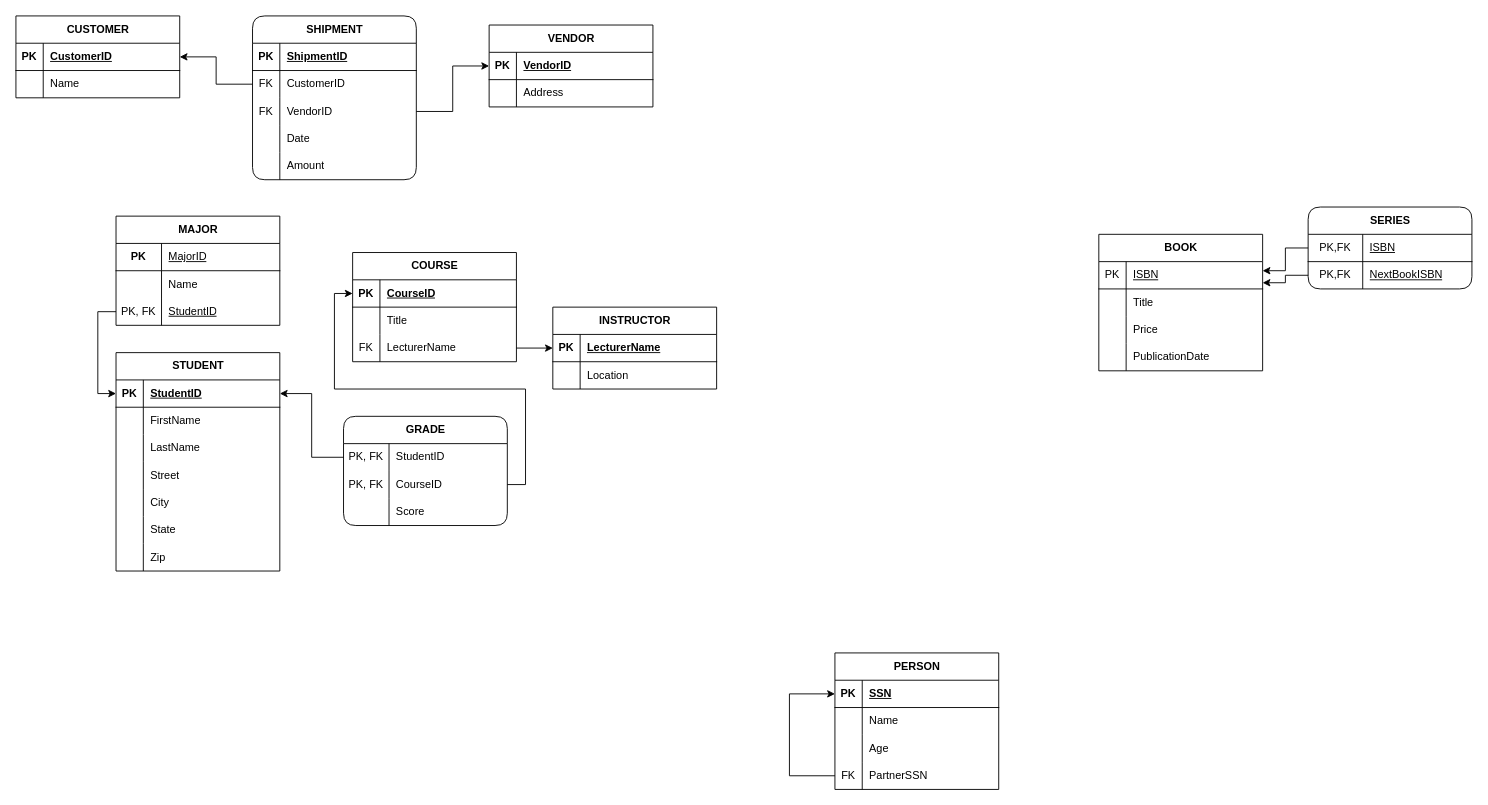
The draw.io diagram page "Page-1" (1 of 2) of C4 ERD.drawio in SamanZargarzadeh/ERD, before the edit. Source tidied: cells renumbered, new cells numbered last; positions are measured from the earlier drawing's top-left corner, leaving out a move shared by most shapes. Both pictures are drawn from the tidied source at 91%, with x=0, y=0 at pixel (15, 15).
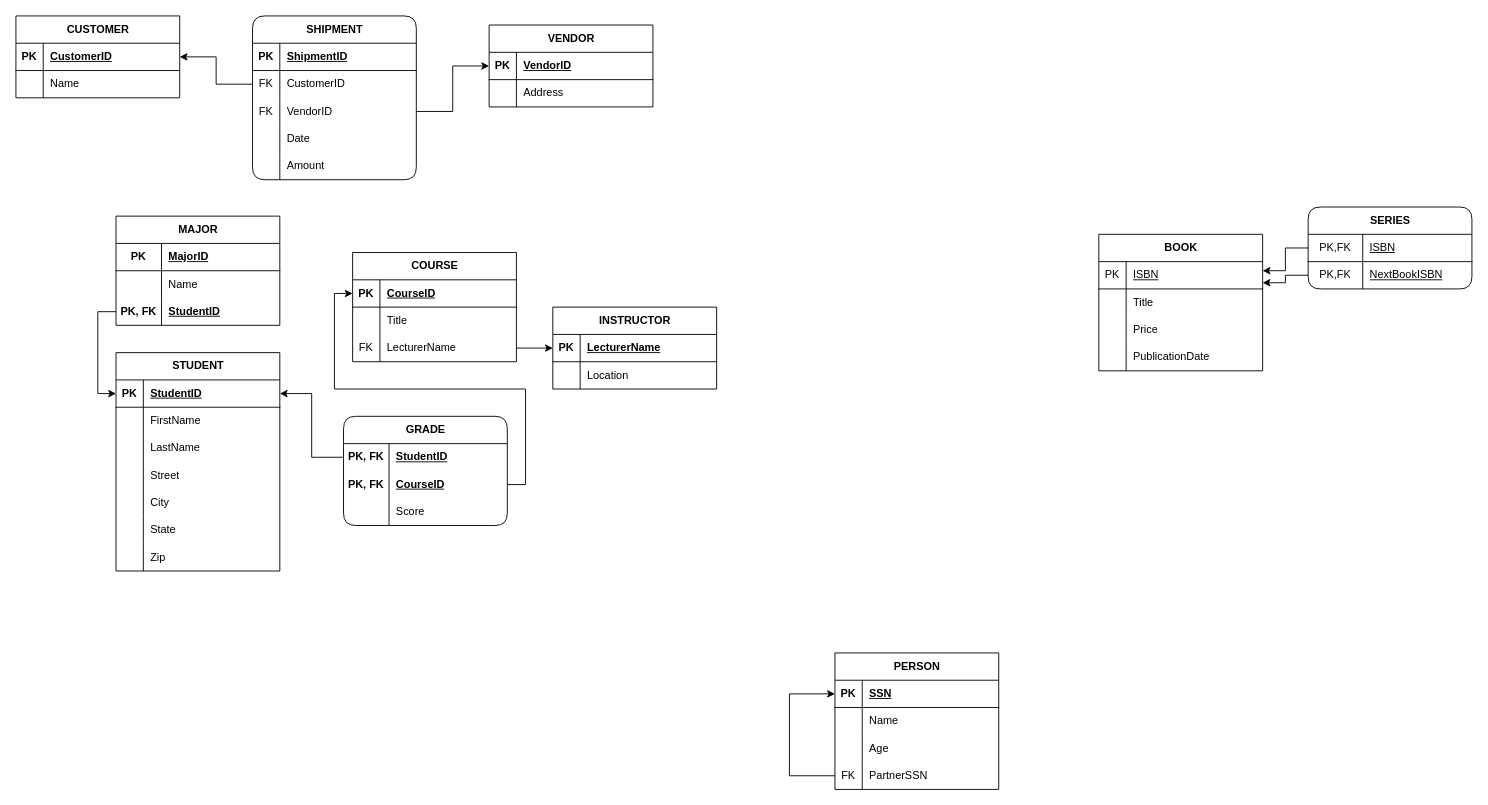
The same page after the edit.

Unchanged cells that the change refers to:
```xml
<mxCell id="77" style="shape=tableRow;horizontal=0;startSize=0;swimlaneHead=0;swimlaneBody=0;fillColor=none;top=0;left=0;right=0;bottom=1;" parent="76" vertex="1">
  <mxGeometry y="30" width="180" height="30" as="geometry" />
</mxCell>
<mxCell id="83" style="shape=tableRow;horizontal=0;startSize=0;swimlaneHead=0;swimlaneBody=0;fillColor=none;points=[[0,0.5],[1,0.5]];portConstraint=eastwest;top=0;left=0;right=0;bottom=0;" parent="76" vertex="1">
  <mxGeometry y="90" width="180" height="30" as="geometry" />
</mxCell>
<mxCell id="87" style="shape=tableRow;horizontal=0;startSize=0;swimlaneHead=0;swimlaneBody=0;fillColor=none;points=[[0,0.5],[1,0.5]];portConstraint=eastwest;top=0;left=0;right=0;bottom=0;" parent="86" vertex="1">
  <mxGeometry y="30" width="180" height="30" as="geometry" />
</mxCell>
<mxCell id="90" style="shape=tableRow;horizontal=0;startSize=0;swimlaneHead=0;swimlaneBody=0;fillColor=none;points=[[0,0.5],[1,0.5]];portConstraint=eastwest;top=0;left=0;right=0;bottom=0;" parent="86" vertex="1">
  <mxGeometry y="60" width="180" height="30" as="geometry" />
</mxCell>
```

Diff of the diagram source:
```diff
@@
-    <mxCell id="79" value="&lt;span style=&quot;font-weight: normal;&quot;&gt;MajorID&lt;/span&gt;" style="shape=partialRectangle;fillColor=none;top=0;left=0;bottom=0;right=0;align=left;spacingLeft=6;fontStyle=5;overflow=hidden;whiteSpace=wrap;html=1;" parent="77" vertex="1">
+    <mxCell id="79" value="MajorID" style="shape=partialRectangle;fillColor=none;top=0;left=0;bottom=0;right=0;align=left;spacingLeft=6;fontStyle=5;overflow=hidden;whiteSpace=wrap;html=1;" parent="77" vertex="1">
       <mxGeometry x="50" width="130" height="30" as="geometry" />
     </mxCell>
@@
-    <mxCell id="84" value="PK, FK" style="shape=partialRectangle;fillColor=none;top=0;left=0;bottom=0;right=0;overflow=hidden;whiteSpace=wrap;html=1;" parent="83" vertex="1">
+    <mxCell id="84" value="&lt;b&gt;PK, FK&lt;/b&gt;" style="shape=partialRectangle;fillColor=none;top=0;left=0;bottom=0;right=0;overflow=hidden;whiteSpace=wrap;html=1;" parent="83" vertex="1">
       <mxGeometry width="50" height="30" as="geometry" />
     </mxCell>
-    <mxCell id="85" value="&lt;u&gt;StudentID&lt;/u&gt;" style="shape=partialRectangle;fillColor=none;top=0;left=0;bottom=0;right=0;align=left;spacingLeft=6;overflow=hidden;whiteSpace=wrap;html=1;" parent="83" vertex="1">
+    <mxCell id="85" value="&lt;u&gt;&lt;b&gt;StudentID&lt;/b&gt;&lt;/u&gt;" style="shape=partialRectangle;fillColor=none;top=0;left=0;bottom=0;right=0;align=left;spacingLeft=6;overflow=hidden;whiteSpace=wrap;html=1;" parent="83" vertex="1">
       <mxGeometry x="50" width="130" height="30" as="geometry" />
     </mxCell>
@@
-    <mxCell id="88" value="PK, FK" style="shape=partialRectangle;fillColor=none;top=0;left=0;bottom=0;right=0;overflow=hidden;whiteSpace=wrap;html=1;" parent="87" vertex="1">
+    <mxCell id="88" value="&lt;b&gt;PK, FK&lt;/b&gt;" style="shape=partialRectangle;fillColor=none;top=0;left=0;bottom=0;right=0;overflow=hidden;whiteSpace=wrap;html=1;" parent="87" vertex="1">
       <mxGeometry width="50" height="30" as="geometry" />
     </mxCell>
-    <mxCell id="89" value="StudentID" style="shape=partialRectangle;fillColor=none;top=0;left=0;bottom=0;right=0;align=left;spacingLeft=6;overflow=hidden;whiteSpace=wrap;html=1;" parent="87" vertex="1">
+    <mxCell id="89" value="&lt;u&gt;&lt;b&gt;StudentID&lt;/b&gt;&lt;/u&gt;" style="shape=partialRectangle;fillColor=none;top=0;left=0;bottom=0;right=0;align=left;spacingLeft=6;overflow=hidden;whiteSpace=wrap;html=1;" parent="87" vertex="1">
       <mxGeometry x="50" width="130" height="30" as="geometry" />
     </mxCell>
@@
-    <mxCell id="91" value="PK, FK" style="shape=partialRectangle;fillColor=none;top=0;left=0;bottom=0;right=0;overflow=hidden;whiteSpace=wrap;html=1;" parent="90" vertex="1">
+    <mxCell id="91" value="&lt;b&gt;PK, FK&lt;/b&gt;" style="shape=partialRectangle;fillColor=none;top=0;left=0;bottom=0;right=0;overflow=hidden;whiteSpace=wrap;html=1;" parent="90" vertex="1">
       <mxGeometry width="50" height="30" as="geometry" />
     </mxCell>
-    <mxCell id="92" value="CourseID" style="shape=partialRectangle;fillColor=none;top=0;left=0;bottom=0;right=0;align=left;spacingLeft=6;overflow=hidden;whiteSpace=wrap;html=1;" parent="90" vertex="1">
+    <mxCell id="92" value="&lt;u&gt;&lt;b&gt;CourseID&lt;/b&gt;&lt;/u&gt;" style="shape=partialRectangle;fillColor=none;top=0;left=0;bottom=0;right=0;align=left;spacingLeft=6;overflow=hidden;whiteSpace=wrap;html=1;" parent="90" vertex="1">
       <mxGeometry x="50" width="130" height="30" as="geometry" />
     </mxCell>
```
